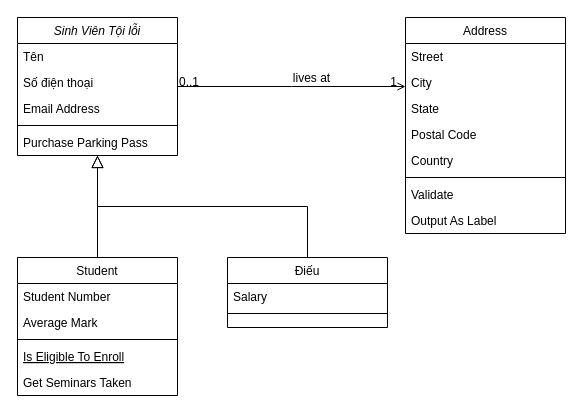
This is Biểu đồ không có tiêu đề.drawio from anhnguyetkiki/oop_nhom7_1_1_24_N02, a draw.io file, before an edit. Source tidied: cells renumbered, new cells numbered last; positions are measured from the earlier drawing's top-left corner, leaving out a move shared by most shapes. Both pictures are drawn from the tidied source at 100%, with x=0, y=0 at pixel (17, 17).
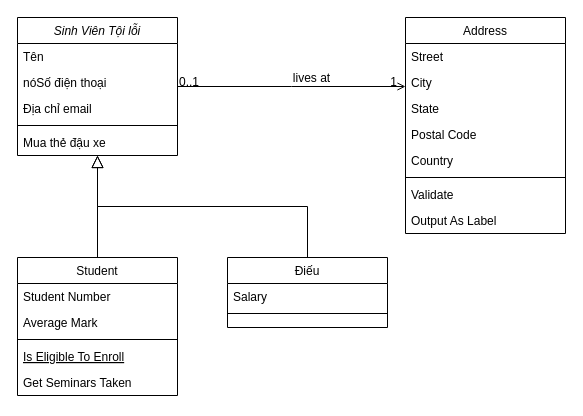
The same page after the edit.

Unchanged cells that the change refers to:
```xml
<mxCell id="2" value="Sinh Viên Tội lỗi" style="swimlane;fontStyle=2;align=center;verticalAlign=top;horizontal=1;startSize=26;rounded=0;shadow=0;strokeWidth=1;" parent="1" vertex="1">
  <mxGeometry width="160" height="138" as="geometry" />
</mxCell>
```

What changed in the source:
```diff
@@
-    <mxCell id="4" value="Số điện thoại" style="text;align=left;verticalAlign=top;spacingLeft=4;spacingRight=4;overflow=hidden;rounded=0;shadow=0;html=0;" parent="2" vertex="1">
+    <mxCell id="4" value="nóSố điện thoại" style="text;align=left;verticalAlign=top;spacingLeft=4;spacingRight=4;overflow=hidden;rounded=0;shadow=0;html=0;" parent="2" vertex="1">
       <mxGeometry y="52" width="160" height="26" as="geometry" />
     </mxCell>
-    <mxCell id="5" value="Email Address" style="text;align=left;verticalAlign=top;spacingLeft=4;spacingRight=4;overflow=hidden;rounded=0;shadow=0;html=0;" parent="2" vertex="1">
+    <mxCell id="5" value="Địa chỉ email" style="text;align=left;verticalAlign=top;spacingLeft=4;spacingRight=4;overflow=hidden;rounded=0;shadow=0;html=0;" parent="2" vertex="1">
       <mxGeometry y="78" width="160" height="26" as="geometry" />
     </mxCell>
@@
-    <mxCell id="7" value="Purchase Parking Pass" style="text;align=left;verticalAlign=top;spacingLeft=4;spacingRight=4;overflow=hidden;" parent="2" vertex="1">
+    <mxCell id="7" value="Mua thẻ đậu xe" style="text;align=left;verticalAlign=top;spacingLeft=4;spacingRight=4;overflow=hidden;" parent="2" vertex="1">
       <mxGeometry y="112" width="160" height="26" as="geometry" />
     </mxCell>
```
